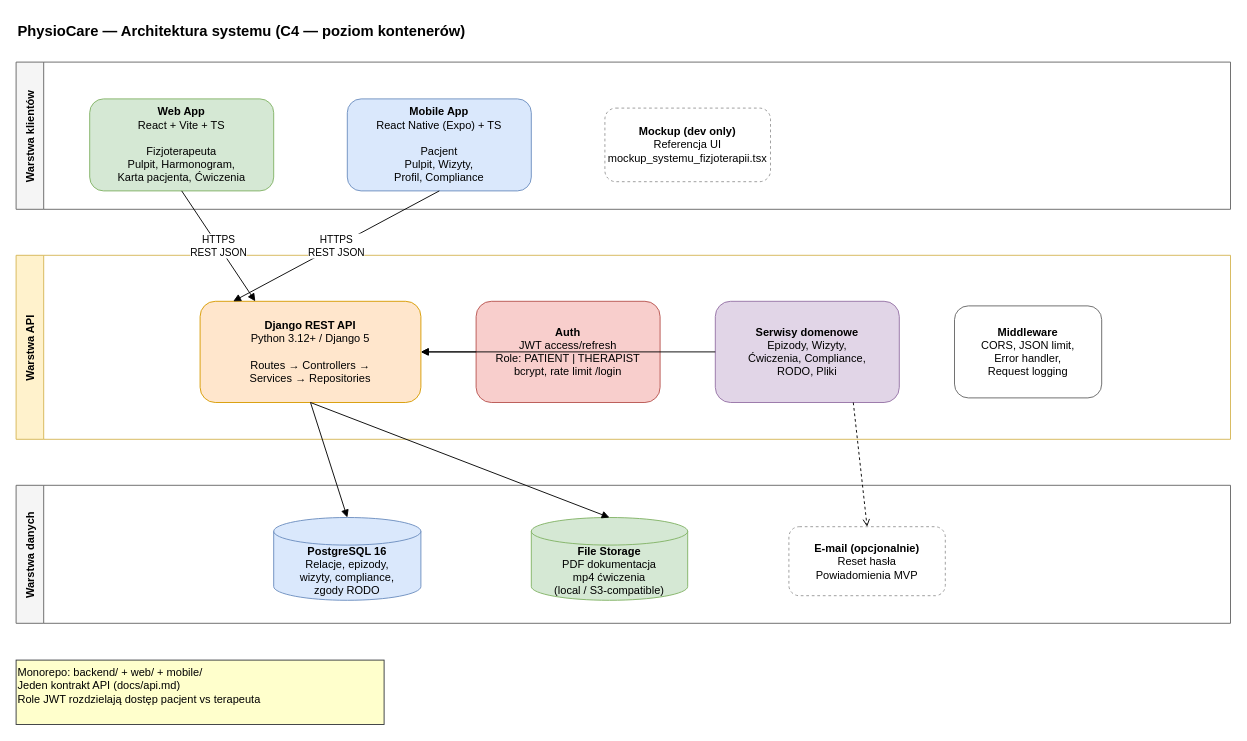
Above: docs/diagrams/architecture.drawio in kacperszczudlo/PhysioCare (draw.io), before the change. Source tidied: cells renumbered, new cells numbered last; positions are measured from the earlier drawing's top-left corner, leaving out a move shared by most shapes. Both pictures are drawn from the tidied source at 92%, with x=0, y=0 at pixel (16, 16).
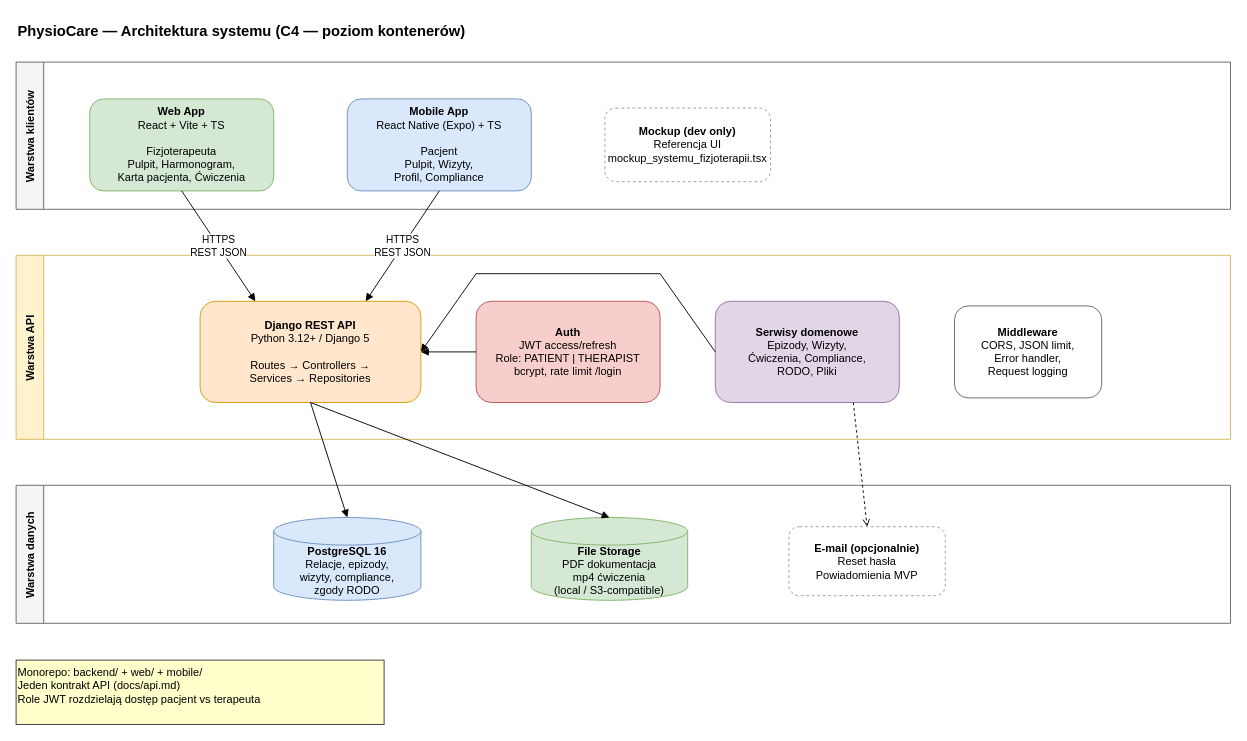
The same page after the edit.

Unchanged cells that the change refers to:
```xml
<mxCell id="5" value="&lt;b&gt;Mobile App&lt;/b&gt;&lt;br&gt;React Native (Expo) + TS&lt;br&gt;&lt;br&gt;Pacjent&lt;br&gt;Pulpit, Wizyty,&lt;br&gt;Profil, Compliance" style="rounded=1;whiteSpace=wrap;html=1;fillColor=#dae8fc;strokeColor=#6c8ebf;" parent="3" vertex="1">
  <mxGeometry x="360" y="40" width="200" height="100" as="geometry" />
</mxCell>
<mxCell id="8" value="&lt;b&gt;Django REST API&lt;/b&gt;&lt;br&gt;Python 3.12+ / Django 5&lt;br&gt;&lt;br&gt;Routes → Controllers →&lt;br&gt;Services → Repositories" style="rounded=1;whiteSpace=wrap;html=1;fillColor=#ffe6cc;strokeColor=#d79b00;" parent="7" vertex="1">
  <mxGeometry x="200" y="50" width="240" height="110" as="geometry" />
</mxCell>
<mxCell id="10" value="&lt;b&gt;Serwisy domenowe&lt;/b&gt;&lt;br&gt;Epizody, Wizyty,&lt;br&gt;Ćwiczenia, Compliance,&lt;br&gt;RODO, Pliki" style="rounded=1;whiteSpace=wrap;html=1;fillColor=#e1d5e7;strokeColor=#9673a6;" parent="7" vertex="1">
  <mxGeometry x="760" y="50" width="200" height="110" as="geometry" />
</mxCell>
```

What changed in the source:
```diff
@@
-    <mxCell id="17" value="HTTPS&#10;REST JSON" style="endArrow=block;html=1;rounded=0;exitX=0.5;exitY=1;entryX=0.15;entryY=0;" parent="1" edge="1" source="5" target="8">
+    <mxCell id="17" value="HTTPS&#10;REST JSON" style="endArrow=block;html=1;rounded=0;exitX=0.5;exitY=1;entryX=0.75;entryY=0;entryDx=0;entryDy=0;" parent="1" edge="1" source="5" target="8">
       <mxGeometry relative="1" as="geometry" />
     </mxCell>
@@
     <mxCell id="22" style="endArrow=block;html=1;rounded=0;exitX=0;exitY=0.5;entryX=1;entryY=0.5;" parent="1" edge="1" source="10" target="8">
-      <mxGeometry relative="1" as="geometry" />
+      <mxGeometry relative="1" as="geometry">
+        <Array as="points">
+          <mxPoint x="700" y="280" />
+          <mxPoint x="500" y="280" />
+        </Array>
+      </mxGeometry>
     </mxCell>
```
